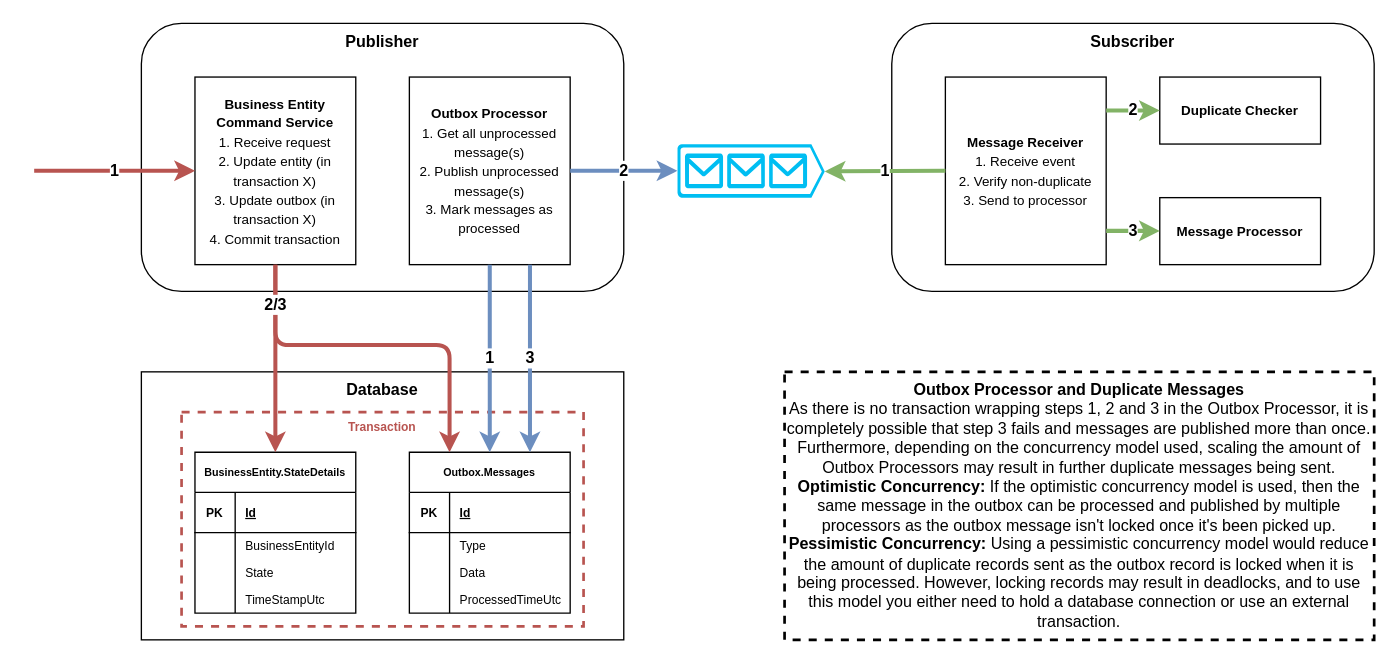
The draw.io diagram docs/OutboxPatternDiagram.drawio in benchiverton/OutboxPatternDemo, before the edit. Source tidied: cells renumbered, new cells numbered last; positions are measured from the earlier drawing's top-left corner, leaving out a move shared by most shapes. Both pictures are drawn from the tidied source at 134%, with x=0, y=0 at pixel (34, 23).
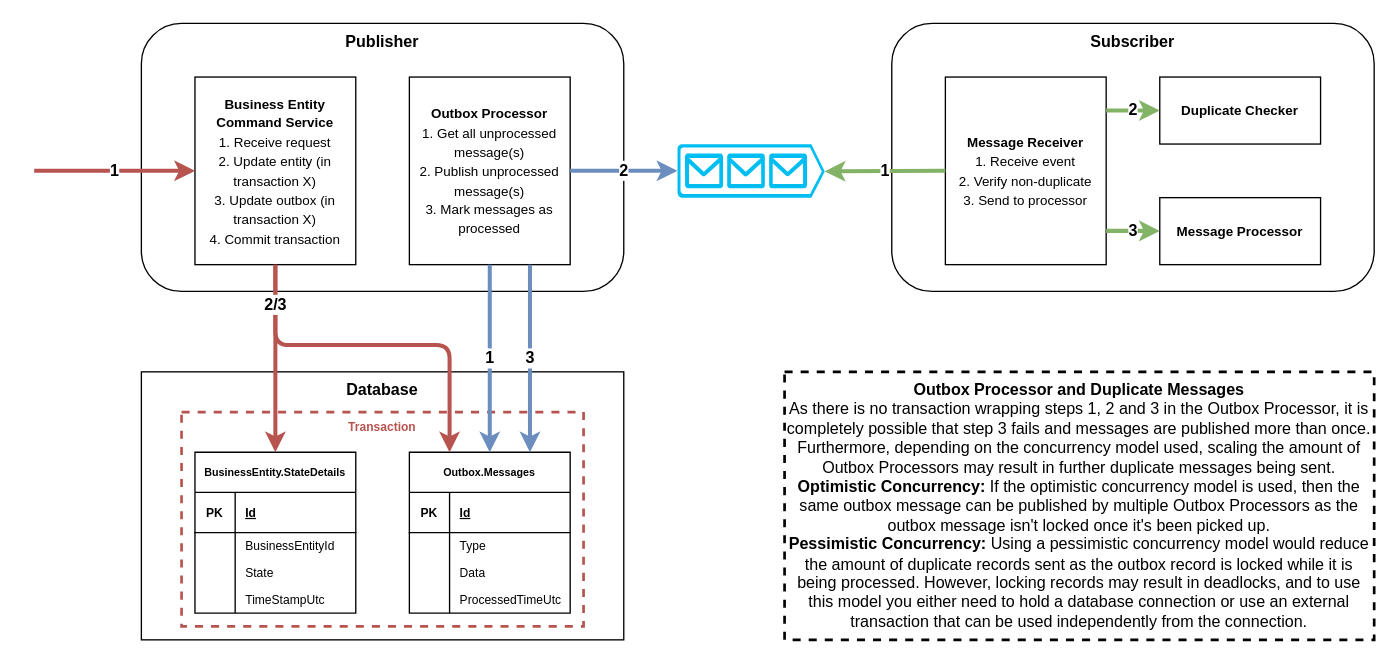
The same diagram, later.

The edit, as a diff of the source:
```diff
@@
-    <mxCell id="40" value="&lt;b&gt;Outbox Processor and Duplicate Messages&lt;/b&gt;&lt;br&gt;As there is no transaction wrapping steps&amp;nbsp;1, 2 and 3 in the Outbox Processor, it is completely possible that step 3&lt;i&gt;&amp;nbsp;&lt;/i&gt;fails and messages are published more than once. Furthermore, depending on the concurrency model used, scaling the amount of Outbox Processors may result in further duplicate messages being sent.&lt;br&gt;&lt;b&gt;Optimistic Concurrency: &lt;/b&gt;If the optimistic concurrency model is used, then the same message in the outbox can be processed and published by multiple processors as the outbox message isn't locked once it's been picked up. &lt;br&gt;&lt;b&gt;Pessimistic Concurrency:&amp;nbsp;&lt;/b&gt;Using a pessimistic concurrency model would reduce the amount of duplicate records sent as the outbox record is locked when it is being processed. However, locking records may result in deadlocks, and to use this model you either need to hold a database connection or use an external transaction." style="rounded=0;whiteSpace=wrap;html=1;dashed=1;strokeWidth=2;fillColor=none;fontSize=12;verticalAlign=top;" parent="1" vertex="1">
+    <mxCell id="40" value="&lt;b&gt;Outbox Processor and Duplicate Messages&lt;/b&gt;&lt;br&gt;As there is no transaction wrapping steps&amp;nbsp;1, 2 and 3 in the Outbox Processor, it is completely possible that step 3&lt;i&gt;&amp;nbsp;&lt;/i&gt;fails and messages are published more than once. Furthermore, depending on the concurrency model used, scaling the amount of Outbox Processors may result in further duplicate messages being sent.&lt;br&gt;&lt;b&gt;Optimistic Concurrency: &lt;/b&gt;If the optimistic concurrency model is used, then the same outbox&amp;nbsp;message can be published by multiple Outbox Processors as the outbox message isn't locked once it's been picked up. &lt;br&gt;&lt;b&gt;Pessimistic Concurrency:&amp;nbsp;&lt;/b&gt;Using a pessimistic concurrency model would reduce the amount of duplicate records sent as the outbox record is locked while it is being processed. However, locking records may result in deadlocks, and to use this model you either need to hold a database connection or use an external transaction that can be used independently from the connection." style="rounded=0;whiteSpace=wrap;html=1;dashed=1;strokeWidth=2;fillColor=none;fontSize=12;verticalAlign=top;" parent="1" vertex="1">
       <mxGeometry x="560" y="260" width="440" height="200" as="geometry" />
     </mxCell>
```
